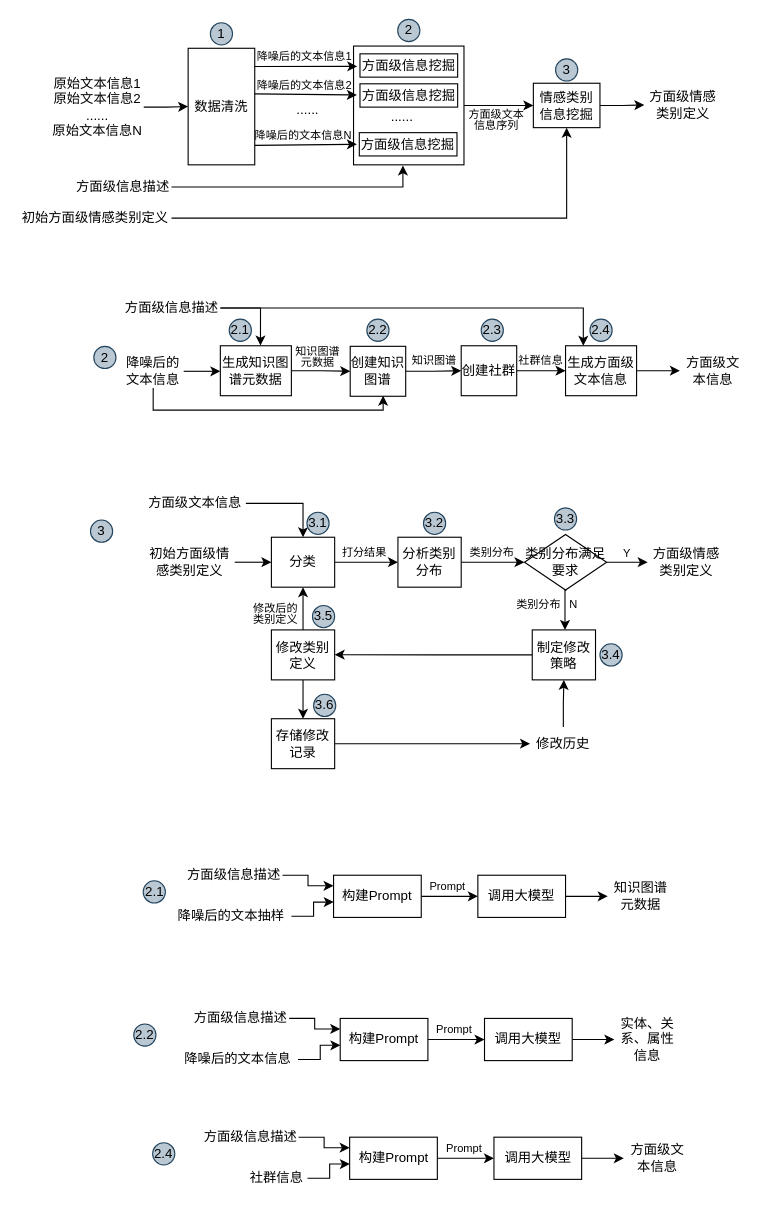
This is patent-基于大模型的方面级文本情感挖掘.drawio from CindyZX/drawio_figures, a draw.io file, before an edit. Source tidied: cells renumbered, new cells numbered last; positions are measured from the earlier drawing's top-left corner, leaving out a move shared by most shapes. Both pictures are drawn from the tidied source at 111%, with x=0, y=0 at pixel (19, 19).
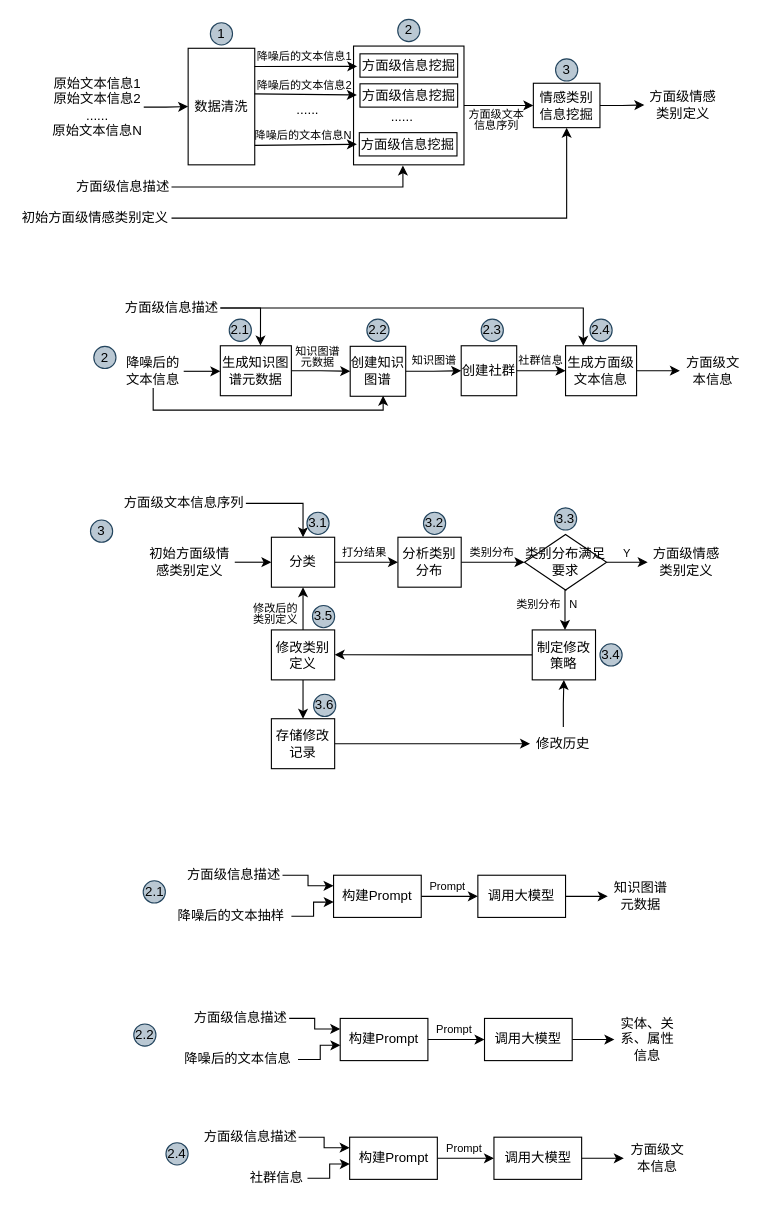
Above is the later version.

Commit message:
更新patent-基于大模型的方面级文本情感挖掘.drawio

The edit, as a diff of the source:
```diff
@@
-    <mxCell id="36" value="方面级文本信息" style="text;html=1;align=center;verticalAlign=middle;whiteSpace=wrap;rounded=0;" parent="1" vertex="1">
-      <mxGeometry x="111.5" y="421" width="92.5" height="30" as="geometry" />
+    <mxCell id="36" value="方面级文本信息序列" style="text;html=1;align=center;verticalAlign=middle;whiteSpace=wrap;rounded=0;" parent="1" vertex="1">
+      <mxGeometry x="93" y="421" width="111" height="30" as="geometry" />
     </mxCell>
@@
     <mxCell id="117" value="2.4" style="ellipse;whiteSpace=wrap;html=1;fillColor=#bac8d3;strokeColor=#23445d;" parent="1" vertex="1">
-      <mxGeometry x="120" y="1012" width="20" height="20" as="geometry" />
+      <mxGeometry x="132" y="1012" width="20" height="20" as="geometry" />
     </mxCell>
```
